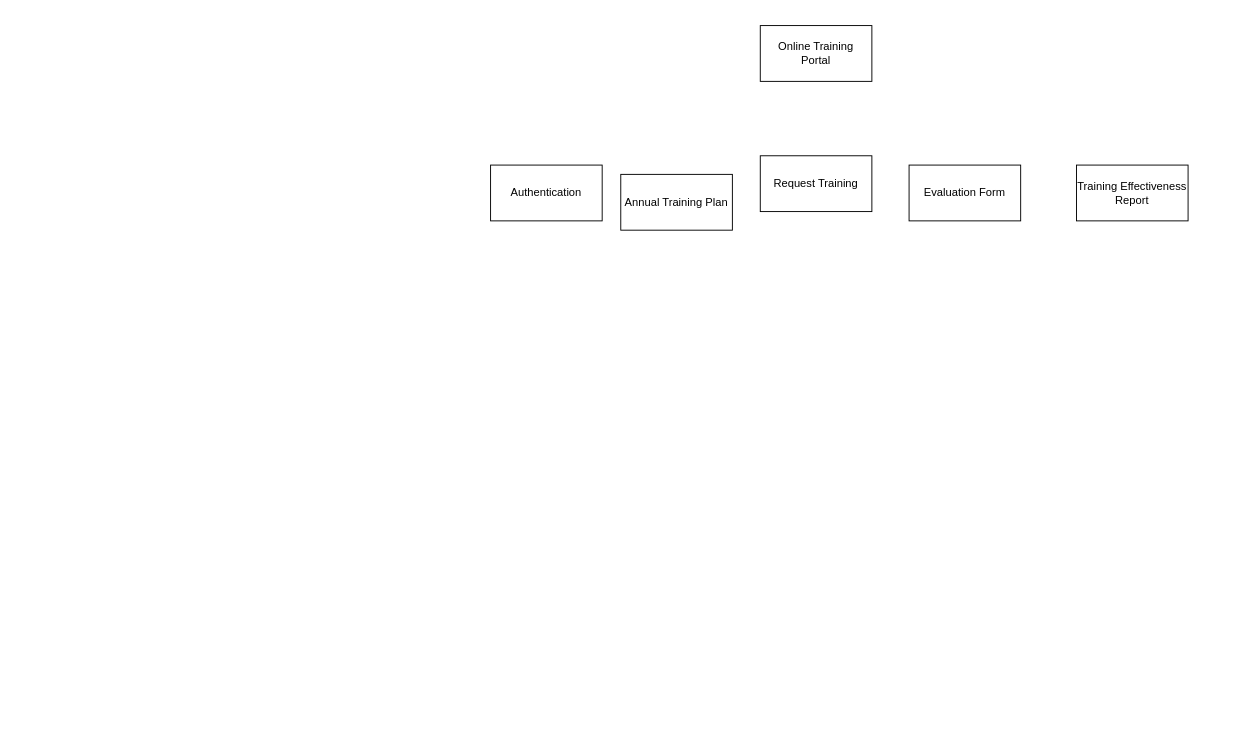
The draw.io diagram HIPOBCCK.drawio in LastMinuteBanter/DistinctionTaskUML, before the edit. Source tidied: cells renumbered, new cells numbered last; positions are measured from the earlier drawing's top-left corner, leaving out a move shared by most shapes. Both pictures are drawn from the tidied source at 93%, with x=0, y=0 at pixel (490, 25).
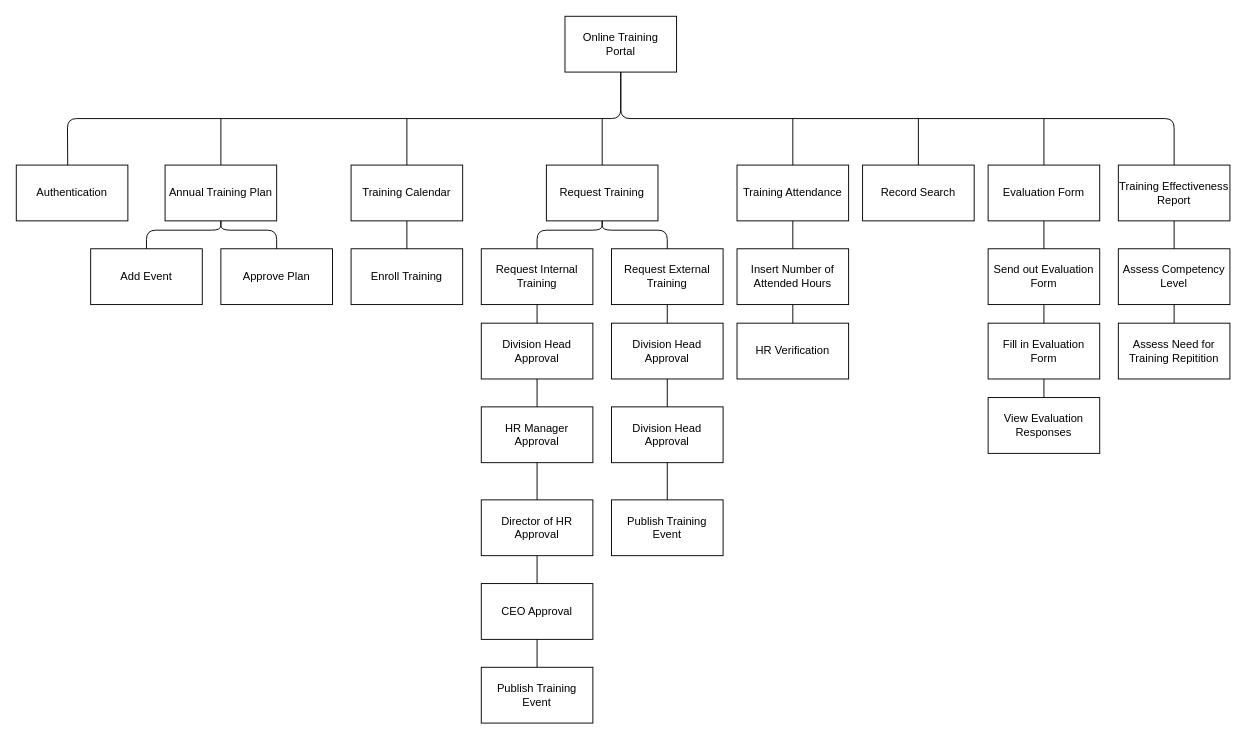
The same diagram, later.

Change to the diagram source:
```diff
@@
     <mxCell id="2" value="Online Training&lt;br&gt;Portal" style="rounded=0;whiteSpace=wrap;html=1;" parent="1" vertex="1">
-      <mxGeometry x="290" width="120" height="60" as="geometry" />
+      <mxGeometry x="80" y="-10" width="120" height="60" as="geometry" />
     </mxCell>
     <mxCell id="3" value="Authentication" style="rounded=0;whiteSpace=wrap;html=1;" parent="1" vertex="1">
-      <mxGeometry y="150" width="120" height="60" as="geometry" />
+      <mxGeometry x="-510" y="150" width="120" height="60" as="geometry" />
     </mxCell>
     <mxCell id="4" value="Request Training" style="rounded=0;whiteSpace=wrap;html=1;" parent="1" vertex="1">
-      <mxGeometry x="290" y="140" width="120" height="60" as="geometry" />
+      <mxGeometry x="60" y="150" width="120" height="60" as="geometry" />
     </mxCell>
     <mxCell id="5" value="Evaluation Form" style="rounded=0;whiteSpace=wrap;html=1;" parent="1" vertex="1">
-      <mxGeometry x="450" y="150" width="120" height="60" as="geometry" />
+      <mxGeometry x="535" y="150" width="120" height="60" as="geometry" />
     </mxCell>
     <mxCell id="6" value="Training Effectiveness&lt;br&gt;Report" style="rounded=0;whiteSpace=wrap;html=1;" parent="1" vertex="1">
-      <mxGeometry x="630" y="150" width="120" height="60" as="geometry" />
+      <mxGeometry x="675" y="150" width="120" height="60" as="geometry" />
     </mxCell>
     <mxCell id="7" value="Annual Training Plan" style="rounded=0;whiteSpace=wrap;html=1;" parent="1" vertex="1">
-      <mxGeometry x="140" y="160" width="120" height="60" as="geometry" />
+      <mxGeometry x="-350" y="150" width="120" height="60" as="geometry" />
     </mxCell>
+    <mxCell id="8" value="Training Calendar" style="rounded=0;whiteSpace=wrap;html=1;" parent="1" vertex="1">
+      <mxGeometry x="-150" y="150" width="120" height="60" as="geometry" />
+    </mxCell>
+    <mxCell id="9" value="Training Attendance" style="rounded=0;whiteSpace=wrap;html=1;" parent="1" vertex="1">
+      <mxGeometry x="265" y="150" width="120" height="60" as="geometry" />
+    </mxCell>
+    <mxCell id="10" value="Record Search" style="rounded=0;whiteSpace=wrap;html=1;" parent="1" vertex="1">
+      <mxGeometry x="400" y="150" width="120" height="60" as="geometry" />
+    </mxCell>
+    <mxCell id="11" style="endArrow=none;html=1;exitX=0.461;exitY=0.002;exitDx=0;exitDy=0;entryX=0.5;entryY=1;entryDx=0;entryDy=0;exitPerimeter=0;" parent="1" edge="1" source="3" target="2">
+      <mxGeometry relative="1" as="geometry">
+        <Array as="points">
+          <mxPoint x="-455" y="100" />
+          <mxPoint x="140" y="100" />
+        </Array>
+      </mxGeometry>
+    </mxCell>
+    <mxCell id="12" style="endArrow=none;html=1;exitX=0.5;exitY=0;exitDx=0;exitDy=0;entryX=0.5;entryY=1;entryDx=0;entryDy=0;" parent="1" edge="1" source="6" target="2">
+      <mxGeometry relative="1" as="geometry">
+        <Array as="points">
+          <mxPoint x="735" y="100" />
+          <mxPoint x="140" y="100" />
+        </Array>
+      </mxGeometry>
+    </mxCell>
+    <mxCell id="13" style="endArrow=none;html=1;exitX=0.5;exitY=0;exitDx=0;exitDy=0;" parent="1" edge="1" source="7">
+      <mxGeometry relative="1" as="geometry">
+        <mxPoint x="-290" y="100" as="targetPoint" />
+      </mxGeometry>
+    </mxCell>
+    <mxCell id="14" style="endArrow=none;html=1;exitX=0.5;exitY=0;exitDx=0;exitDy=0;" parent="1" edge="1" source="8">
+      <mxGeometry relative="1" as="geometry">
+        <mxPoint x="-90" y="100" as="targetPoint" />
+      </mxGeometry>
+    </mxCell>
+    <mxCell id="15" style="endArrow=none;html=1;exitX=0.5;exitY=0;exitDx=0;exitDy=0;" parent="1" edge="1" source="4">
+      <mxGeometry relative="1" as="geometry">
+        <mxPoint x="120" y="100" as="targetPoint" />
+      </mxGeometry>
+    </mxCell>
+    <mxCell id="16" style="endArrow=none;html=1;exitX=0.5;exitY=0;exitDx=0;exitDy=0;" parent="1" edge="1" source="9">
+      <mxGeometry relative="1" as="geometry">
+        <mxPoint x="325" y="100" as="targetPoint" />
+      </mxGeometry>
+    </mxCell>
+    <mxCell id="17" style="endArrow=none;html=1;exitX=0.5;exitY=0;exitDx=0;exitDy=0;" parent="1" edge="1" source="10">
+      <mxGeometry relative="1" as="geometry">
+        <mxPoint x="460" y="100" as="targetPoint" />
+      </mxGeometry>
+    </mxCell>
+    <mxCell id="18" style="endArrow=none;html=1;exitX=0.5;exitY=0;exitDx=0;exitDy=0;" parent="1" edge="1" source="5">
+      <mxGeometry relative="1" as="geometry">
+        <mxPoint x="595" y="100" as="targetPoint" />
+      </mxGeometry>
+    </mxCell>
+    <mxCell id="19" value="Approve Plan" style="rounded=0;whiteSpace=wrap;html=1;" parent="1" vertex="1">
+      <mxGeometry x="-290" y="240" width="120" height="60" as="geometry" />
+    </mxCell>
+    <mxCell id="20" value="Add Event" style="rounded=0;whiteSpace=wrap;html=1;" parent="1" vertex="1">
+      <mxGeometry x="-430" y="240" width="120" height="60" as="geometry" />
+    </mxCell>
+    <mxCell id="21" value="Enroll Training" style="rounded=0;whiteSpace=wrap;html=1;" parent="1" vertex="1">
+      <mxGeometry x="-150" y="240" width="120" height="60" as="geometry" />
+    </mxCell>
+    <mxCell id="22" value="Request Internal Training" style="rounded=0;whiteSpace=wrap;html=1;" parent="1" vertex="1">
+      <mxGeometry x="-10" y="240" width="120" height="60" as="geometry" />
+    </mxCell>
+    <mxCell id="23" value="Request External Training" style="rounded=0;whiteSpace=wrap;html=1;" parent="1" vertex="1">
+      <mxGeometry x="130" y="240" width="120" height="60" as="geometry" />
+    </mxCell>
+    <mxCell id="24" value="Insert Number of Attended Hours" style="rounded=0;whiteSpace=wrap;html=1;" parent="1" vertex="1">
+      <mxGeometry x="265" y="240" width="120" height="60" as="geometry" />
+    </mxCell>
+    <mxCell id="25" value="Send out Evaluation Form" style="rounded=0;whiteSpace=wrap;html=1;" parent="1" vertex="1">
+      <mxGeometry x="535" y="240" width="120" height="60" as="geometry" />
+    </mxCell>
+    <mxCell id="26" value="Assess Competency Level" style="rounded=0;whiteSpace=wrap;html=1;" parent="1" vertex="1">
+      <mxGeometry x="675" y="240" width="120" height="60" as="geometry" />
+    </mxCell>
+    <mxCell id="27" value="Division Head Approval" style="rounded=0;whiteSpace=wrap;html=1;" parent="1" vertex="1">
+      <mxGeometry x="-10" y="320" width="120" height="60" as="geometry" />
+    </mxCell>
+    <mxCell id="28" value="HR Manager Approval" style="rounded=0;whiteSpace=wrap;html=1;" parent="1" vertex="1">
+      <mxGeometry x="-10" y="410" width="120" height="60" as="geometry" />
+    </mxCell>
+    <mxCell id="29" value="Director of HR Approval" style="rounded=0;whiteSpace=wrap;html=1;" parent="1" vertex="1">
+      <mxGeometry x="-10" y="510" width="120" height="60" as="geometry" />
+    </mxCell>
+    <mxCell id="30" value="CEO Approval" style="rounded=0;whiteSpace=wrap;html=1;" parent="1" vertex="1">
+      <mxGeometry x="-10" y="600" width="120" height="60" as="geometry" />
+    </mxCell>
+    <mxCell id="31" value="Publish Training Event" style="rounded=0;whiteSpace=wrap;html=1;" parent="1" vertex="1">
+      <mxGeometry x="-10" y="690" width="120" height="60" as="geometry" />
+    </mxCell>
+    <mxCell id="32" value="Division Head Approval" style="rounded=0;whiteSpace=wrap;html=1;" parent="1" vertex="1">
+      <mxGeometry x="130" y="320" width="120" height="60" as="geometry" />
+    </mxCell>
+    <mxCell id="33" value="Division Head Approval" style="rounded=0;whiteSpace=wrap;html=1;" parent="1" vertex="1">
+      <mxGeometry x="130" y="410" width="120" height="60" as="geometry" />
+    </mxCell>
+    <mxCell id="34" value="Publish Training Event" style="rounded=0;whiteSpace=wrap;html=1;" parent="1" vertex="1">
+      <mxGeometry x="130" y="510" width="120" height="60" as="geometry" />
+    </mxCell>
+    <mxCell id="35" value="HR Verification" style="rounded=0;whiteSpace=wrap;html=1;" parent="1" vertex="1">
+      <mxGeometry x="265" y="320" width="120" height="60" as="geometry" />
+    </mxCell>
+    <mxCell id="36" value="Fill in Evaluation Form" style="rounded=0;whiteSpace=wrap;html=1;" parent="1" vertex="1">
+      <mxGeometry x="535" y="320" width="120" height="60" as="geometry" />
+    </mxCell>
+    <mxCell id="37" value="View Evaluation Responses" style="rounded=0;whiteSpace=wrap;html=1;" parent="1" vertex="1">
+      <mxGeometry x="535" y="400" width="120" height="60" as="geometry" />
+    </mxCell>
+    <mxCell id="38" value="Assess Need for Training Repitition" style="rounded=0;whiteSpace=wrap;html=1;" parent="1" vertex="1">
+      <mxGeometry x="675" y="320" width="120" height="60" as="geometry" />
+    </mxCell>
+    <mxCell id="39" style="endArrow=none;html=1;entryX=0.5;entryY=1;entryDx=0;entryDy=0;exitX=0.5;exitY=0;exitDx=0;exitDy=0;" parent="1" edge="1" source="20" target="7">
+      <mxGeometry relative="1" as="geometry">
+        <Array as="points">
+          <mxPoint x="-370" y="220" />
+          <mxPoint x="-290" y="220" />
+        </Array>
+      </mxGeometry>
+    </mxCell>
+    <mxCell id="40" style="endArrow=none;html=1;exitX=0.5;exitY=0;exitDx=0;exitDy=0;" parent="1" edge="1" source="19">
+      <mxGeometry relative="1" as="geometry">
+        <mxPoint x="-290" y="210" as="targetPoint" />
+        <Array as="points">
+          <mxPoint x="-230" y="220" />
+          <mxPoint x="-290" y="220" />
+        </Array>
+      </mxGeometry>
+    </mxCell>
+    <mxCell id="41" style="endArrow=none;html=1;entryX=0.5;entryY=1;entryDx=0;entryDy=0;exitX=0.5;exitY=0;exitDx=0;exitDy=0;" parent="1" edge="1" source="21" target="8">
+      <mxGeometry relative="1" as="geometry" />
+    </mxCell>
+    <mxCell id="42" style="endArrow=none;html=1;entryX=0.5;entryY=1;entryDx=0;entryDy=0;exitX=0.5;exitY=0;exitDx=0;exitDy=0;" parent="1" edge="1" source="22" target="4">
+      <mxGeometry relative="1" as="geometry">
+        <Array as="points">
+          <mxPoint x="50" y="220" />
+          <mxPoint x="120" y="220" />
+        </Array>
+      </mxGeometry>
+    </mxCell>
+    <mxCell id="43" style="endArrow=none;html=1;entryX=0.5;entryY=1;entryDx=0;entryDy=0;exitX=0.5;exitY=0;exitDx=0;exitDy=0;" parent="1" edge="1" source="23" target="4">
+      <mxGeometry relative="1" as="geometry">
+        <Array as="points">
+          <mxPoint x="190" y="220" />
+          <mxPoint x="120" y="220" />
+        </Array>
+      </mxGeometry>
+    </mxCell>
+    <mxCell id="44" style="endArrow=none;html=1;entryX=0.5;entryY=1;entryDx=0;entryDy=0;exitX=0.5;exitY=0;exitDx=0;exitDy=0;" parent="1" edge="1" source="24" target="9">
+      <mxGeometry relative="1" as="geometry" />
+    </mxCell>
+    <mxCell id="45" style="endArrow=none;html=1;entryX=0.5;entryY=1;entryDx=0;entryDy=0;exitX=0.5;exitY=0;exitDx=0;exitDy=0;" parent="1" edge="1" source="25" target="5">
+      <mxGeometry relative="1" as="geometry" />
+    </mxCell>
+    <mxCell id="46" style="endArrow=none;html=1;entryX=0.5;entryY=1;entryDx=0;entryDy=0;exitX=0.5;exitY=0;exitDx=0;exitDy=0;" parent="1" edge="1" source="26" target="6">
+      <mxGeometry relative="1" as="geometry" />
+    </mxCell>
+    <mxCell id="47" style="endArrow=none;html=1;entryX=0.5;entryY=1;entryDx=0;entryDy=0;exitX=0.5;exitY=0;exitDx=0;exitDy=0;" parent="1" edge="1" source="27" target="22">
+      <mxGeometry relative="1" as="geometry" />
+    </mxCell>
+    <mxCell id="48" style="endArrow=none;html=1;entryX=0.5;entryY=1;entryDx=0;entryDy=0;exitX=0.5;exitY=0;exitDx=0;exitDy=0;" parent="1" edge="1" source="32" target="23">
+      <mxGeometry relative="1" as="geometry" />
+    </mxCell>
+    <mxCell id="49" style="endArrow=none;html=1;entryX=0.5;entryY=1;entryDx=0;entryDy=0;exitX=0.5;exitY=0;exitDx=0;exitDy=0;" parent="1" edge="1" source="28" target="27">
+      <mxGeometry relative="1" as="geometry" />
+    </mxCell>
+    <mxCell id="50" style="endArrow=none;html=1;entryX=0.5;entryY=1;entryDx=0;entryDy=0;exitX=0.5;exitY=0;exitDx=0;exitDy=0;" parent="1" edge="1" source="33" target="32">
+      <mxGeometry relative="1" as="geometry" />
+    </mxCell>
+    <mxCell id="51" style="endArrow=none;html=1;entryX=0.5;entryY=1;entryDx=0;entryDy=0;exitX=0.5;exitY=0;exitDx=0;exitDy=0;" parent="1" edge="1" source="29" target="28">
+      <mxGeometry relative="1" as="geometry" />
+    </mxCell>
+    <mxCell id="52" style="endArrow=none;html=1;entryX=0.5;entryY=1;entryDx=0;entryDy=0;exitX=0.5;exitY=0;exitDx=0;exitDy=0;" parent="1" edge="1" source="30" target="29">
+      <mxGeometry relative="1" as="geometry" />
+    </mxCell>
+    <mxCell id="53" style="endArrow=none;html=1;entryX=0.5;entryY=1;entryDx=0;entryDy=0;exitX=0.5;exitY=0;exitDx=0;exitDy=0;" parent="1" edge="1" source="31" target="30">
+      <mxGeometry relative="1" as="geometry" />
+    </mxCell>
+    <mxCell id="54" style="endArrow=none;html=1;entryX=0.5;entryY=1;entryDx=0;entryDy=0;exitX=0.5;exitY=0;exitDx=0;exitDy=0;" parent="1" edge="1" source="34" target="33">
+      <mxGeometry relative="1" as="geometry" />
+    </mxCell>
+    <mxCell id="55" style="endArrow=none;html=1;entryX=0.5;entryY=1;entryDx=0;entryDy=0;exitX=0.5;exitY=0;exitDx=0;exitDy=0;" parent="1" edge="1" source="35" target="24">
+      <mxGeometry relative="1" as="geometry" />
+    </mxCell>
+    <mxCell id="56" style="endArrow=none;html=1;entryX=0.5;entryY=1;entryDx=0;entryDy=0;exitX=0.5;exitY=0;exitDx=0;exitDy=0;" parent="1" edge="1" source="36" target="25">
+      <mxGeometry relative="1" as="geometry" />
+    </mxCell>
+    <mxCell id="57" style="endArrow=none;html=1;entryX=0.5;entryY=1;entryDx=0;entryDy=0;exitX=0.5;exitY=0;exitDx=0;exitDy=0;" parent="1" edge="1" source="38" target="26">
+      <mxGeometry relative="1" as="geometry" />
+    </mxCell>
+    <mxCell id="58" style="endArrow=none;html=1;entryX=0.5;entryY=1;entryDx=0;entryDy=0;exitX=0.5;exitY=0;exitDx=0;exitDy=0;" parent="1" edge="1" source="37" target="36">
+      <mxGeometry relative="1" as="geometry" />
+    </mxCell>
```
